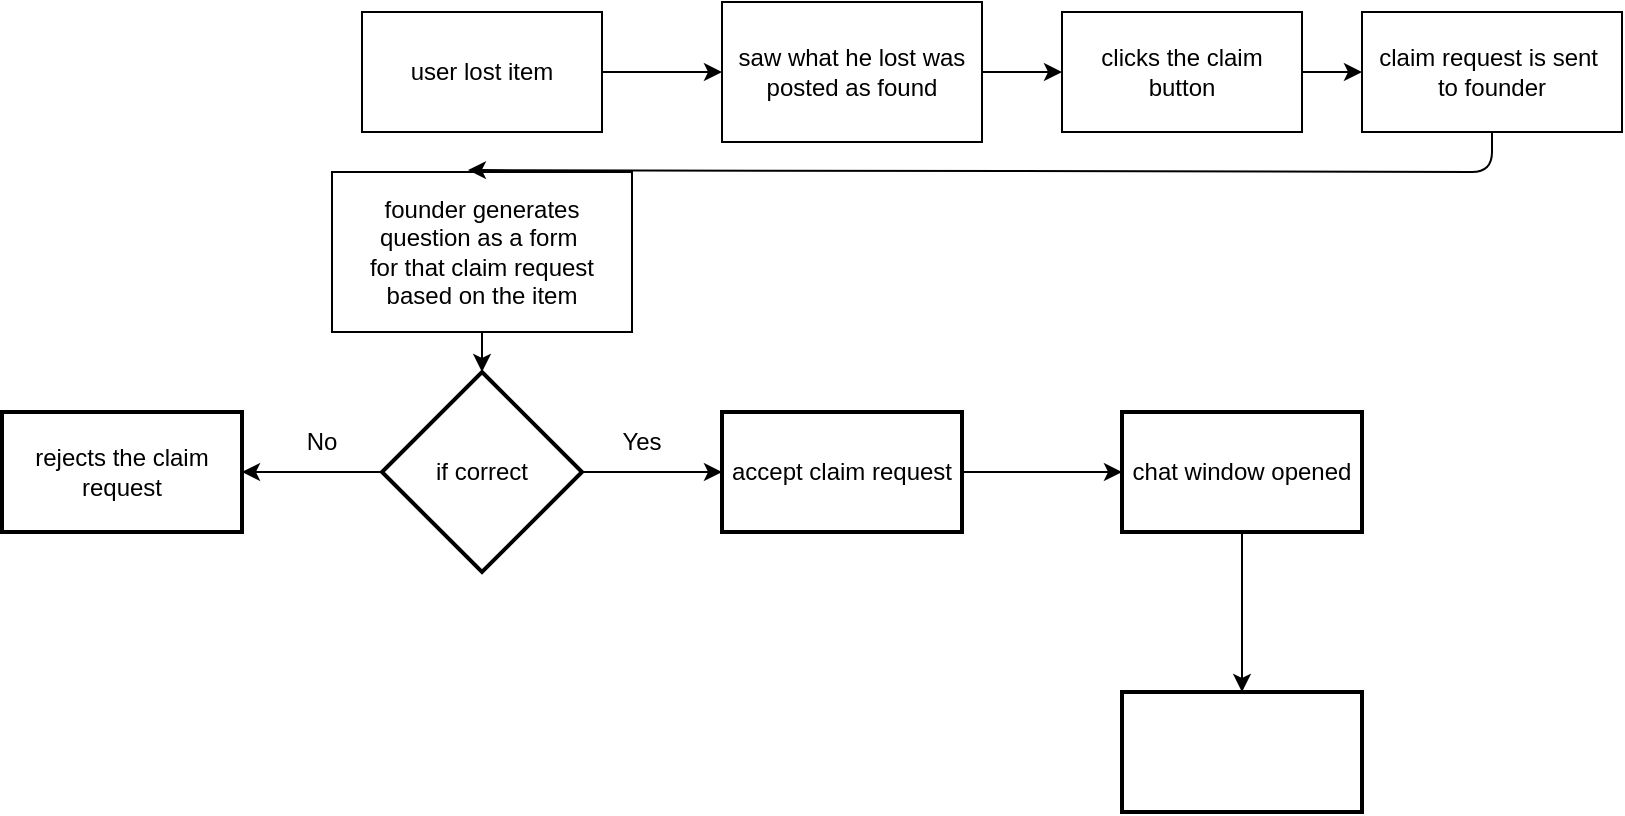
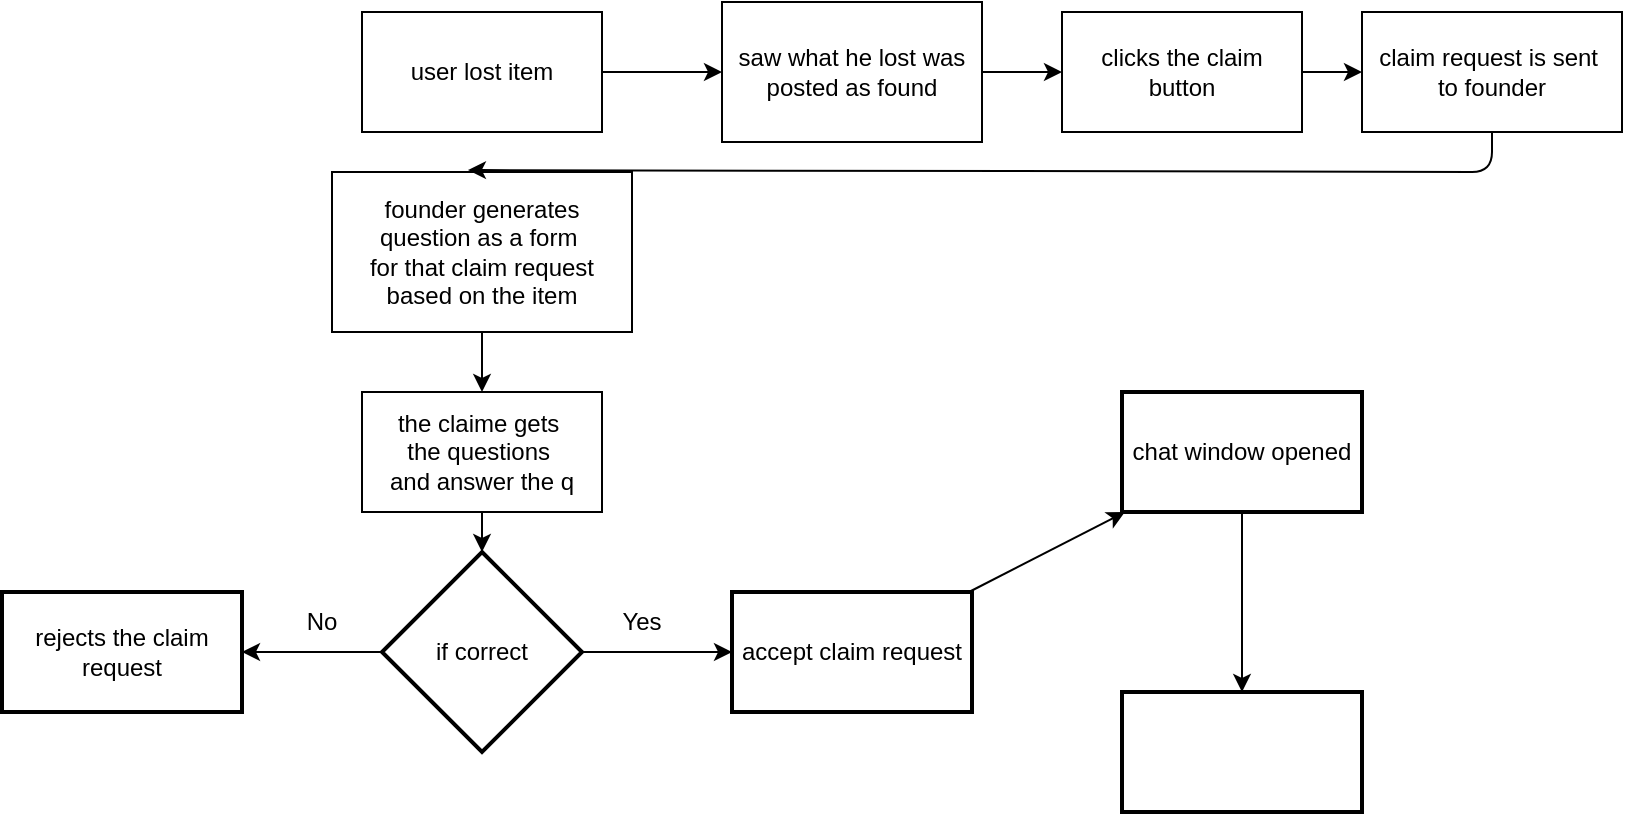
<mxfile host="65bd71144e">
    <diagram id="sjTv0YCN3FJlPjP7VC1Z" name="Page-1">
        <mxGraphModel dx="1722" dy="475" grid="1" gridSize="10" guides="1" tooltips="1" connect="1" arrows="1" fold="1" page="1" pageScale="1" pageWidth="850" pageHeight="1100" math="0" shadow="0">
            <root>
                <mxCell id="0"/>
                <mxCell id="1" parent="0"/>
                <mxCell id="12" value="" style="edgeStyle=none;html=1;" parent="1" source="5" target="6" edge="1">
                    <mxGeometry relative="1" as="geometry"/>
                </mxCell>
                <mxCell id="5" value="user lost item" style="rounded=0;whiteSpace=wrap;html=1;" parent="1" vertex="1">
                    <mxGeometry x="100" y="130" width="120" height="60" as="geometry"/>
                </mxCell>
                <mxCell id="13" value="" style="edgeStyle=none;html=1;" parent="1" source="6" target="7" edge="1">
                    <mxGeometry relative="1" as="geometry"/>
                </mxCell>
                <mxCell id="6" value="saw what he lost was&lt;div&gt;posted as found&lt;/div&gt;" style="rounded=0;whiteSpace=wrap;html=1;" parent="1" vertex="1">
                    <mxGeometry x="280" y="125" width="130" height="70" as="geometry"/>
                </mxCell>
                <mxCell id="14" value="" style="edgeStyle=none;html=1;" parent="1" source="7" target="8" edge="1">
                    <mxGeometry relative="1" as="geometry"/>
                </mxCell>
                <mxCell id="7" value="clicks the claim&lt;div&gt;button&lt;/div&gt;" style="rounded=0;whiteSpace=wrap;html=1;" parent="1" vertex="1">
                    <mxGeometry x="450" y="130" width="120" height="60" as="geometry"/>
                </mxCell>
                <mxCell id="8" value="claim request is sent&amp;nbsp;&lt;div&gt;to founder&lt;/div&gt;" style="rounded=0;whiteSpace=wrap;html=1;" parent="1" vertex="1">
                    <mxGeometry x="600" y="130" width="130" height="60" as="geometry"/>
                </mxCell>
-                 <mxCell id="17" value="" style="edgeStyle=none;html=1;" parent="1" source="9" target="16" edge="1">
+                 <mxCell id="31" value="" style="edgeStyle=none;html=1;" edge="1" parent="1" source="9" target="30">
                    <mxGeometry relative="1" as="geometry"/>
                </mxCell>
                <mxCell id="9" value="founder generates&lt;div&gt;question as a form&amp;nbsp;&lt;/div&gt;&lt;div&gt;for that claim request&lt;/div&gt;&lt;div&gt;based on the item&lt;/div&gt;" style="rounded=0;whiteSpace=wrap;html=1;" parent="1" vertex="1">
                    <mxGeometry x="85" y="210" width="150" height="80" as="geometry"/>
                </mxCell>
                <mxCell id="15" style="edgeStyle=none;html=1;entryX=0.453;entryY=-0.012;entryDx=0;entryDy=0;entryPerimeter=0;" parent="1" source="8" target="9" edge="1">
                    <mxGeometry relative="1" as="geometry">
                        <mxPoint x="150" y="250" as="targetPoint"/>
                        <Array as="points">
                            <mxPoint x="665" y="210"/>
                        </Array>
                    </mxGeometry>
                </mxCell>
                <mxCell id="19" value="" style="edgeStyle=none;html=1;" parent="1" source="16" target="18" edge="1">
                    <mxGeometry relative="1" as="geometry"/>
                </mxCell>
                <mxCell id="21" value="" style="edgeStyle=none;html=1;" parent="1" source="16" target="20" edge="1">
                    <mxGeometry relative="1" as="geometry"/>
                </mxCell>
                <mxCell id="16" value="if correct" style="strokeWidth=2;html=1;shape=mxgraph.flowchart.decision;whiteSpace=wrap;" parent="1" vertex="1">
-                     <mxGeometry x="110" y="310" width="100" height="100" as="geometry"/>
+                     <mxGeometry x="110" y="400" width="100" height="100" as="geometry"/>
                </mxCell>
                <mxCell id="18" value="rejects the claim request" style="whiteSpace=wrap;html=1;strokeWidth=2;" parent="1" vertex="1">
-                     <mxGeometry x="-80" y="330" width="120" height="60" as="geometry"/>
+                     <mxGeometry x="-80" y="420" width="120" height="60" as="geometry"/>
                </mxCell>
                <mxCell id="25" value="" style="edgeStyle=none;html=1;" parent="1" source="20" target="24" edge="1">
                    <mxGeometry relative="1" as="geometry"/>
                </mxCell>
                <mxCell id="20" value="accept claim request" style="whiteSpace=wrap;html=1;strokeWidth=2;" parent="1" vertex="1">
-                     <mxGeometry x="280" y="330" width="120" height="60" as="geometry"/>
+                     <mxGeometry x="285" y="420" width="120" height="60" as="geometry"/>
                </mxCell>
                <mxCell id="22" value="No" style="text;html=1;align=center;verticalAlign=middle;whiteSpace=wrap;rounded=0;" parent="1" vertex="1">
-                     <mxGeometry x="50" y="330" width="60" height="30" as="geometry"/>
+                     <mxGeometry x="50" y="420" width="60" height="30" as="geometry"/>
                </mxCell>
                <mxCell id="23" value="Yes" style="text;html=1;align=center;verticalAlign=middle;whiteSpace=wrap;rounded=0;" parent="1" vertex="1">
-                     <mxGeometry x="210" y="330" width="60" height="30" as="geometry"/>
+                     <mxGeometry x="210" y="420" width="60" height="30" as="geometry"/>
                </mxCell>
                <mxCell id="29" value="" style="edgeStyle=none;html=1;" parent="1" source="24" target="28" edge="1">
                    <mxGeometry relative="1" as="geometry"/>
                </mxCell>
                <mxCell id="24" value="chat window opened" style="whiteSpace=wrap;html=1;strokeWidth=2;" parent="1" vertex="1">
-                     <mxGeometry x="480" y="330" width="120" height="60" as="geometry"/>
+                     <mxGeometry x="480" y="320" width="120" height="60" as="geometry"/>
                </mxCell>
                <mxCell id="28" value="" style="whiteSpace=wrap;html=1;strokeWidth=2;" parent="1" vertex="1">
                    <mxGeometry x="480" y="470" width="120" height="60" as="geometry"/>
+                 </mxCell>
+                 <mxCell id="32" value="" style="edgeStyle=none;html=1;" edge="1" parent="1" source="30" target="16">
+                     <mxGeometry relative="1" as="geometry"/>
+                 </mxCell>
+                 <mxCell id="30" value="the claime gets&amp;nbsp;&lt;div&gt;the questions&amp;nbsp;&lt;/div&gt;&lt;div&gt;and answer the q&lt;/div&gt;" style="whiteSpace=wrap;html=1;" vertex="1" parent="1">
+                     <mxGeometry x="100" y="320" width="120" height="60" as="geometry"/>
                </mxCell>
            </root>
        </mxGraphModel>
    </diagram>
</mxfile>